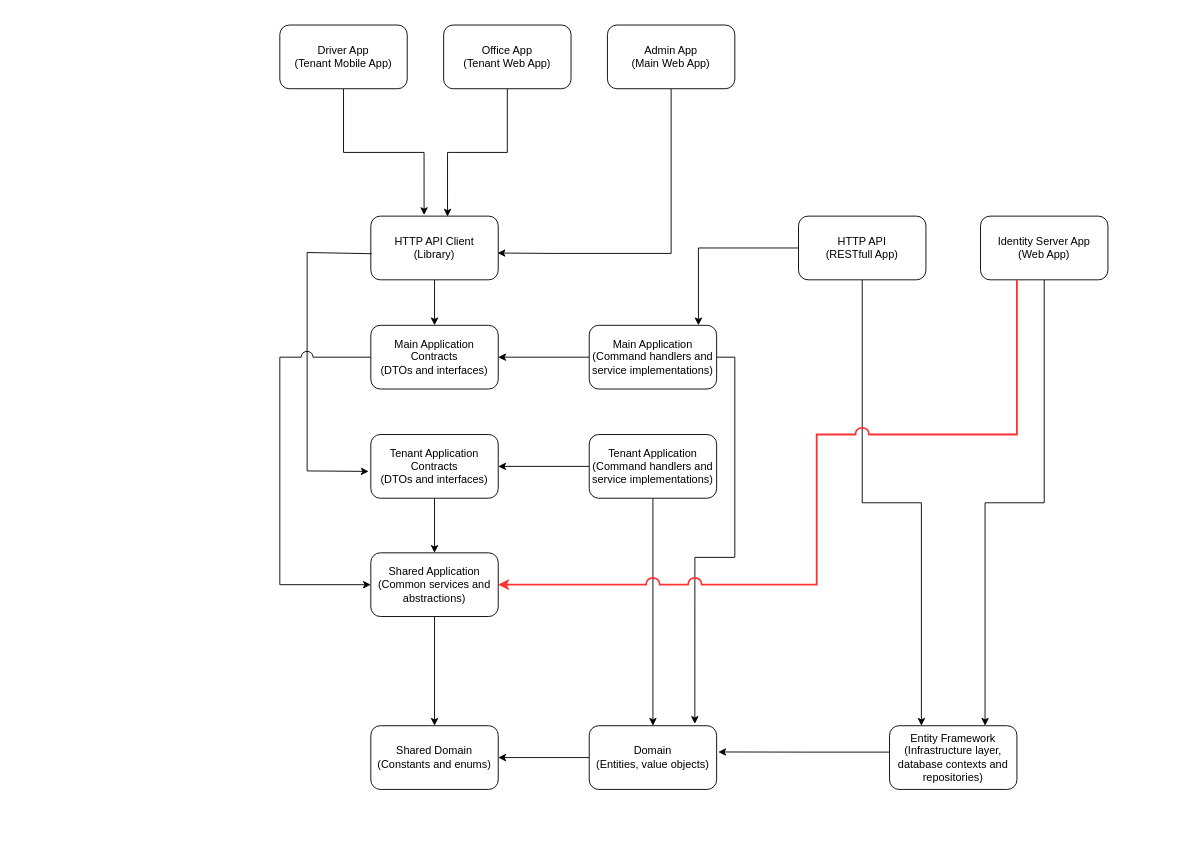
This is docs/project_architecture.drawio from suxrobGM/logistics-app, a draw.io file, before an edit. Source tidied: cells renumbered, new cells numbered last; positions are measured from the earlier drawing's top-left corner, leaving out a move shared by most shapes. Both pictures are drawn from the tidied source at 91%, with x=0, y=0 at pixel (279, 25).
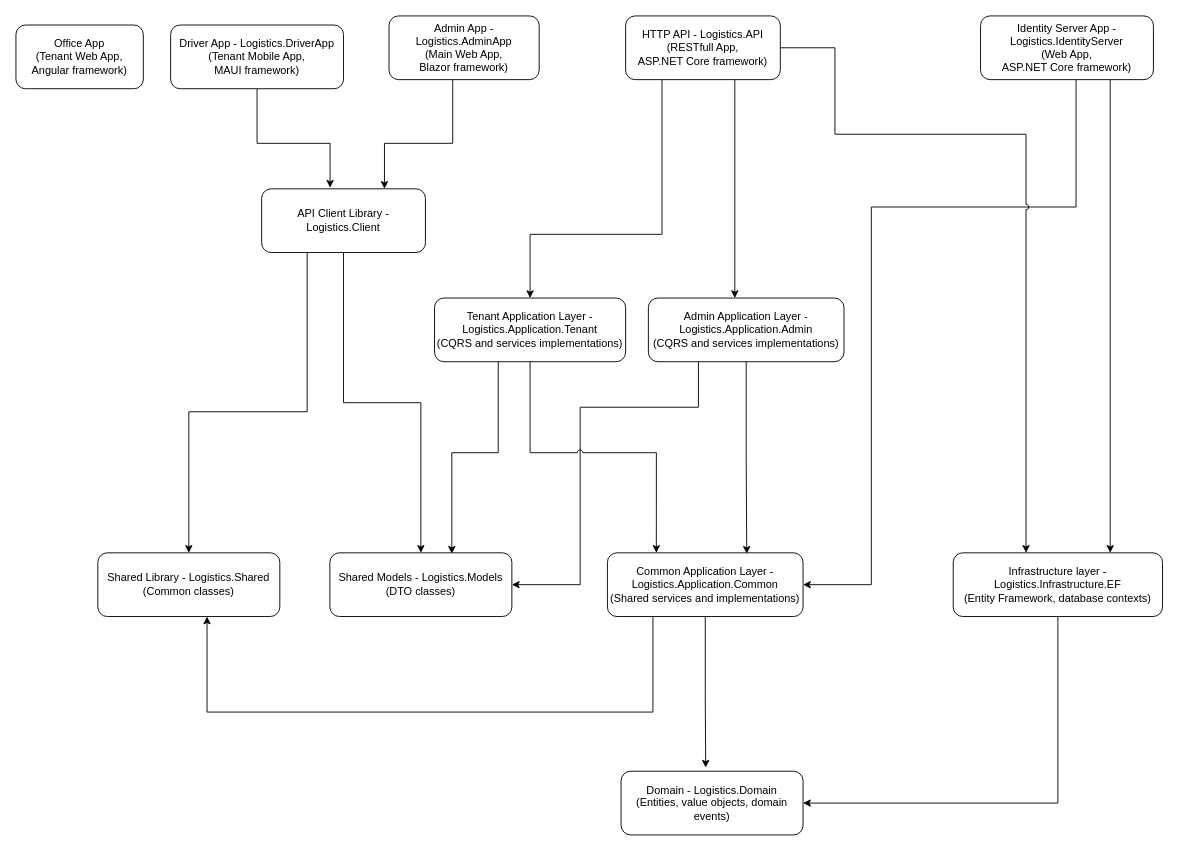
After the change.

Commit message (it also covers changes not shown here):
updated project architecture diagram

Change to the diagram source:
```diff
@@
     <mxCell id="2" style="edgeStyle=orthogonalEdgeStyle;rounded=0;jettySize=auto;html=1;entryX=0.418;entryY=-0.017;entryDx=0;entryDy=0;entryPerimeter=0;" parent="1" edge="1" source="3" target="11">
-      <mxGeometry relative="1" as="geometry" />
+      <mxGeometry relative="1" as="geometry">
+        <Array as="points">
+          <mxPoint x="-25" y="130" />
+          <mxPoint x="55" y="130" />
+        </Array>
+      </mxGeometry>
     </mxCell>
-    <mxCell id="3" value="Driver App&lt;br&gt;(Tenant Mobile App)" style="rounded=1;whiteSpace=wrap;html=1;" parent="1" vertex="1">
-      <mxGeometry width="140" height="70" as="geometry" />
+    <mxCell id="3" value="Driver App - Logistics.DriverApp&lt;br&gt;(Tenant Mobile App,&lt;br&gt;MAUI framework)" style="rounded=1;whiteSpace=wrap;html=1;" parent="1" vertex="1">
+      <mxGeometry x="-120" width="190" height="70" as="geometry" />
     </mxCell>
-    <mxCell id="4" style="edgeStyle=orthogonalEdgeStyle;rounded=0;jettySize=auto;html=1;entryX=0.602;entryY=0.007;entryDx=0;entryDy=0;entryPerimeter=0;" parent="1" edge="1" source="5" target="11">
-      <mxGeometry relative="1" as="geometry" />
-    </mxCell>
-    <mxCell id="5" value="Office App&lt;br&gt;(Tenant Web App)" style="rounded=1;whiteSpace=wrap;html=1;" parent="1" vertex="1">
-      <mxGeometry x="180" width="140" height="70" as="geometry" />
+    <mxCell id="5" value="Office App&lt;br&gt;(Tenant Web App,&lt;br&gt;Angular framework)" style="rounded=1;whiteSpace=wrap;html=1;" parent="1" vertex="1">
+      <mxGeometry x="-290" width="140" height="70" as="geometry" />
     </mxCell>
-    <mxCell id="6" style="edgeStyle=orthogonalEdgeStyle;rounded=0;jettySize=auto;html=1;entryX=0.995;entryY=0.579;entryDx=0;entryDy=0;entryPerimeter=0;" parent="1" edge="1" source="7" target="11">
+    <mxCell id="6" style="edgeStyle=orthogonalEdgeStyle;rounded=0;jettySize=auto;html=1;entryX=0.75;entryY=0;entryDx=0;entryDy=0;" parent="1" edge="1" source="7" target="11">
       <mxGeometry relative="1" as="geometry">
         <Array as="points">
-          <mxPoint x="430" y="251" />
-          <mxPoint x="300" y="251" />
+          <mxPoint x="190" y="130" />
+          <mxPoint x="115" y="130" />
         </Array>
       </mxGeometry>
     </mxCell>
-    <mxCell id="7" value="Admin App&lt;br&gt;(Main Web App)" style="rounded=1;whiteSpace=wrap;html=1;" parent="1" vertex="1">
-      <mxGeometry x="360" width="140" height="70" as="geometry" />
+    <mxCell id="7" value="Admin App - Logistics.AdminApp&lt;br&gt;(Main Web App,&lt;br&gt;Blazor framework)" style="rounded=1;whiteSpace=wrap;html=1;" parent="1" vertex="1">
+      <mxGeometry x="120" y="-10" width="165" height="70" as="geometry" />
     </mxCell>
+    <mxCell id="36" style="edgeStyle=orthogonalEdgeStyle;rounded=0;jettySize=auto;html=1;entryX=1;entryY=0.5;entryDx=0;entryDy=0;" parent="1" edge="1" source="9" target="47">
+      <mxGeometry relative="1" as="geometry">
+        <Array as="points">
+          <mxPoint x="875" y="200" />
+          <mxPoint x="650" y="200" />
+          <mxPoint x="650" y="615" />
+        </Array>
+      </mxGeometry>
+    </mxCell>
     <mxCell id="8" style="edgeStyle=orthogonalEdgeStyle;rounded=0;jettySize=auto;html=1;entryX=0.75;entryY=0;entryDx=0;entryDy=0;" parent="1" edge="1" source="9" target="30">
-      <mxGeometry relative="1" as="geometry" />
+      <mxGeometry relative="1" as="geometry">
+        <Array as="points">
+          <mxPoint x="913" y="305" />
+        </Array>
+      </mxGeometry>
     </mxCell>
-    <mxCell id="9" value="Identity Server App &lt;br&gt;(Web App)" style="rounded=1;whiteSpace=wrap;html=1;" parent="1" vertex="1">
-      <mxGeometry x="770" y="210" width="140" height="70" as="geometry" />
+    <mxCell id="9" value="Identity Server App - Logistics.IdentityServer&lt;br&gt;(Web App,&lt;br&gt;ASP.NET Core framework)" style="rounded=1;whiteSpace=wrap;html=1;" parent="1" vertex="1">
+      <mxGeometry x="770" y="-10" width="190" height="70" as="geometry" />
     </mxCell>
-    <mxCell id="10" style="edgeStyle=orthogonalEdgeStyle;rounded=0;jettySize=auto;html=1;entryX=0.5;entryY=0;entryDx=0;entryDy=0;" parent="1" edge="1" source="11" target="15">
-      <mxGeometry relative="1" as="geometry" />
-    </mxCell>
+    <mxCell id="37" style="edgeStyle=orthogonalEdgeStyle;rounded=0;jettySize=auto;html=1;entryX=0.5;entryY=0;entryDx=0;entryDy=0;" parent="1" edge="1" source="11" target="25">
+      <mxGeometry relative="1" as="geometry">
+        <Array as="points">
+          <mxPoint x="30" y="425" />
+          <mxPoint x="-100" y="425" />
+        </Array>
+      </mxGeometry>
+    </mxCell>
+    <mxCell id="38" style="edgeStyle=orthogonalEdgeStyle;rounded=0;jettySize=auto;html=1;" parent="1" edge="1" source="11" target="44">
+      <mxGeometry relative="1" as="geometry" />
+    </mxCell>
-    <mxCell id="11" value="HTTP API Client&lt;br&gt;(Library)" style="rounded=1;whiteSpace=wrap;html=1;" parent="1" vertex="1">
-      <mxGeometry x="100" y="210" width="140" height="70" as="geometry" />
+    <mxCell id="11" value="API Client Library - Logistics.Client" style="rounded=1;whiteSpace=wrap;html=1;" parent="1" vertex="1">
+      <mxGeometry x="-20" y="180" width="180" height="70" as="geometry" />
     </mxCell>
     <mxCell id="12" style="edgeStyle=orthogonalEdgeStyle;rounded=0;jettySize=auto;html=1;" parent="1" edge="1" source="14" target="18">
       <mxGeometry relative="1" as="geometry">
         <Array as="points">
-          <mxPoint x="460" y="245" />
+          <mxPoint x="500" y="230" />
+          <mxPoint x="500" y="230" />
         </Array>
       </mxGeometry>
     </mxCell>
+    <mxCell id="39" style="edgeStyle=orthogonalEdgeStyle;rounded=0;jettySize=auto;html=1;" parent="1" edge="1" source="14" target="23">
+      <mxGeometry relative="1" as="geometry">
+        <Array as="points">
+          <mxPoint x="420" y="230" />
+          <mxPoint x="275" y="230" />
+        </Array>
+      </mxGeometry>
+    </mxCell>
-    <mxCell id="13" style="edgeStyle=orthogonalEdgeStyle;rounded=0;jettySize=auto;html=1;entryX=0.25;entryY=0;entryDx=0;entryDy=0;" parent="1" edge="1" source="14" target="30">
-      <mxGeometry relative="1" as="geometry" />
+    <mxCell id="13" style="edgeStyle=orthogonalEdgeStyle;rounded=0;jettySize=auto;html=1;jumpStyle=arc;" parent="1" edge="1" source="14" target="30">
+      <mxGeometry relative="1" as="geometry">
+        <Array as="points">
+          <mxPoint x="610" y="25" />
+          <mxPoint x="610" y="120" />
+          <mxPoint x="820" y="120" />
+        </Array>
+      </mxGeometry>
     </mxCell>
-    <mxCell id="14" value="HTTP API&lt;br&gt;(RESTfull App)" style="rounded=1;whiteSpace=wrap;html=1;" parent="1" vertex="1">
-      <mxGeometry x="570" y="210" width="140" height="70" as="geometry" />
+    <mxCell id="14" value="HTTP API - Logistics.API&lt;br&gt;(RESTfull App,&lt;br&gt;ASP.NET Core framework)" style="rounded=1;whiteSpace=wrap;html=1;" parent="1" vertex="1">
+      <mxGeometry x="380" y="-10" width="170" height="70" as="geometry" />
     </mxCell>
-    <mxCell id="15" value="Main Application Contracts&lt;br&gt;(DTOs and interfaces)" style="rounded=1;whiteSpace=wrap;html=1;" parent="1" vertex="1">
-      <mxGeometry x="100" y="330" width="140" height="70" as="geometry" />
-    </mxCell>
-    <mxCell id="16" style="edgeStyle=orthogonalEdgeStyle;rounded=0;jettySize=auto;html=1;entryX=1;entryY=0.5;entryDx=0;entryDy=0;" parent="1" edge="1" source="18" target="15">
-      <mxGeometry relative="1" as="geometry" />
-    </mxCell>
-    <mxCell id="17" style="edgeStyle=orthogonalEdgeStyle;rounded=0;sketch=0;jumpStyle=arc;jumpSize=13;jettySize=auto;html=1;entryX=0.829;entryY=-0.029;entryDx=0;entryDy=0;entryPerimeter=0;shadow=0;strokeColor=#000000;strokeWidth=1;" parent="1" edge="1" source="18" target="28">
-      <mxGeometry relative="1" as="geometry">
-        <Array as="points">
-          <mxPoint x="500" y="365" />
-          <mxPoint x="500" y="585" />
-          <mxPoint x="456" y="585" />
-        </Array>
-      </mxGeometry>
-    </mxCell>
+    <mxCell id="40" style="edgeStyle=orthogonalEdgeStyle;rounded=0;jettySize=auto;html=1;entryX=0.712;entryY=0.014;entryDx=0;entryDy=0;entryPerimeter=0;" parent="1" edge="1" source="18" target="47">
+      <mxGeometry relative="1" as="geometry" />
+    </mxCell>
+    <mxCell id="41" style="edgeStyle=orthogonalEdgeStyle;rounded=0;jettySize=auto;html=1;entryX=1;entryY=0.5;entryDx=0;entryDy=0;" parent="1" edge="1" source="18" target="44">
+      <mxGeometry relative="1" as="geometry">
+        <Array as="points">
+          <mxPoint x="460" y="420" />
+          <mxPoint x="330" y="420" />
+          <mxPoint x="330" y="615" />
+        </Array>
+      </mxGeometry>
+    </mxCell>
-    <mxCell id="18" value="Main Application&lt;br&gt;(Command handlers and service implementations)" style="rounded=1;whiteSpace=wrap;html=1;" parent="1" vertex="1">
-      <mxGeometry x="340" y="330" width="140" height="70" as="geometry" />
+    <mxCell id="18" value="Admin Application Layer - Logistics.Application.Admin&lt;br&gt;(CQRS and services implementations)" style="rounded=1;whiteSpace=wrap;html=1;" parent="1" vertex="1">
+      <mxGeometry x="405" y="300" width="215" height="70" as="geometry" />
     </mxCell>
-    <mxCell id="19" style="edgeStyle=orthogonalEdgeStyle;rounded=0;jettySize=auto;html=1;entryX=0.5;entryY=0;entryDx=0;entryDy=0;" parent="1" edge="1" source="20" target="25">
-      <mxGeometry relative="1" as="geometry" />
-    </mxCell>
-    <mxCell id="20" value="Tenant Application Contracts&lt;br&gt;(DTOs and interfaces)" style="rounded=1;whiteSpace=wrap;html=1;" parent="1" vertex="1">
-      <mxGeometry x="100" y="450" width="140" height="70" as="geometry" />
-    </mxCell>
-    <mxCell id="21" style="edgeStyle=orthogonalEdgeStyle;rounded=0;jettySize=auto;html=1;entryX=1;entryY=0.5;entryDx=0;entryDy=0;" parent="1" edge="1" source="23" target="20">
-      <mxGeometry relative="1" as="geometry" />
-    </mxCell>
-    <mxCell id="22" style="edgeStyle=orthogonalEdgeStyle;rounded=0;sketch=0;jumpStyle=arc;jumpSize=13;jettySize=auto;html=1;entryX=0.5;entryY=0;entryDx=0;entryDy=0;shadow=0;strokeColor=#000000;strokeWidth=1;" parent="1" edge="1" source="23" target="28">
-      <mxGeometry relative="1" as="geometry" />
-    </mxCell>
+    <mxCell id="42" style="edgeStyle=orthogonalEdgeStyle;rounded=0;jettySize=auto;html=1;entryX=0.67;entryY=0.014;entryDx=0;entryDy=0;entryPerimeter=0;" parent="1" edge="1" source="23" target="44">
+      <mxGeometry relative="1" as="geometry">
+        <Array as="points">
+          <mxPoint x="240" y="470" />
+          <mxPoint x="189" y="470" />
+        </Array>
+      </mxGeometry>
+    </mxCell>
+    <mxCell id="43" style="edgeStyle=orthogonalEdgeStyle;rounded=0;jettySize=auto;html=1;entryX=0.25;entryY=0;entryDx=0;entryDy=0;jumpStyle=arc;" parent="1" edge="1" source="23" target="47">
+      <mxGeometry relative="1" as="geometry">
+        <Array as="points">
+          <mxPoint x="275" y="470" />
+          <mxPoint x="414" y="470" />
+        </Array>
+      </mxGeometry>
+    </mxCell>
-    <mxCell id="23" value="Tenant Application&lt;br&gt;(Command handlers and service implementations)" style="rounded=1;whiteSpace=wrap;html=1;" parent="1" vertex="1">
-      <mxGeometry x="340" y="450" width="140" height="70" as="geometry" />
+    <mxCell id="23" value="Tenant Application Layer - Logistics.Application.Tenant&lt;br&gt;(CQRS and services implementations)" style="rounded=1;whiteSpace=wrap;html=1;" parent="1" vertex="1">
+      <mxGeometry x="170" y="300" width="210" height="70" as="geometry" />
     </mxCell>
-    <mxCell id="24" style="edgeStyle=orthogonalEdgeStyle;rounded=0;jettySize=auto;html=1;entryX=0.5;entryY=0;entryDx=0;entryDy=0;" parent="1" edge="1" source="25" target="26">
-      <mxGeometry relative="1" as="geometry" />
-    </mxCell>
-    <mxCell id="25" value="Shared Application (Common services and abstractions)" style="rounded=1;whiteSpace=wrap;html=1;" parent="1" vertex="1">
-      <mxGeometry x="100" y="580" width="140" height="70" as="geometry" />
+    <mxCell id="25" value="Shared Library - Logistics.Shared (Common classes)" style="rounded=1;whiteSpace=wrap;html=1;" parent="1" vertex="1">
+      <mxGeometry x="-200" y="580" width="200" height="70" as="geometry" />
     </mxCell>
-    <mxCell id="26" value="Shared Domain&lt;br&gt;(Constants and enums)" style="rounded=1;whiteSpace=wrap;html=1;" parent="1" vertex="1">
-      <mxGeometry x="100" y="770" width="140" height="70" as="geometry" />
-    </mxCell>
-    <mxCell id="27" style="edgeStyle=orthogonalEdgeStyle;rounded=0;jettySize=auto;html=1;entryX=1;entryY=0.5;entryDx=0;entryDy=0;" parent="1" edge="1" source="28" target="26">
-      <mxGeometry relative="1" as="geometry" />
-    </mxCell>
-    <mxCell id="28" value="Domain&lt;br&gt;(Entities, value objects)" style="rounded=1;whiteSpace=wrap;html=1;" parent="1" vertex="1">
-      <mxGeometry x="340" y="770" width="140" height="70" as="geometry" />
+    <mxCell id="28" value="Domain - Logistics.Domain&lt;br&gt;(Entities, value objects, domain events)" style="rounded=1;whiteSpace=wrap;html=1;" parent="1" vertex="1">
+      <mxGeometry x="375" y="820" width="200" height="70" as="geometry" />
     </mxCell>
-    <mxCell id="29" style="edgeStyle=orthogonalEdgeStyle;rounded=0;jettySize=auto;html=1;entryX=1.013;entryY=0.412;entryDx=0;entryDy=0;entryPerimeter=0;" parent="1" edge="1" source="30" target="28">
+    <mxCell id="29" style="edgeStyle=orthogonalEdgeStyle;rounded=0;jettySize=auto;html=1;entryX=1;entryY=0.5;entryDx=0;entryDy=0;" parent="1" edge="1" source="30" target="28">
       <mxGeometry relative="1" as="geometry">
         <Array as="points">
-          <mxPoint x="580" y="799" />
-          <mxPoint x="580" y="799" />
+          <mxPoint x="855" y="855" />
         </Array>
       </mxGeometry>
     </mxCell>
-    <mxCell id="30" value="Entity Framework&lt;br&gt;(Infrastructure layer, database contexts and repositories)" style="rounded=1;whiteSpace=wrap;html=1;" parent="1" vertex="1">
-      <mxGeometry x="670" y="770" width="140" height="70" as="geometry" />
+    <mxCell id="30" value="Infrastructure layer - Logistics.Infrastructure.EF&lt;br&gt;(Entity Framework, database contexts)" style="rounded=1;whiteSpace=wrap;html=1;" parent="1" vertex="1">
+      <mxGeometry x="740" y="580" width="230" height="70" as="geometry" />
     </mxCell>
-    <mxCell id="31" style="endArrow=none;html=1;rounded=0;entryX=0.007;entryY=0.59;entryDx=0;entryDy=0;entryPerimeter=0;" parent="1" edge="1" target="11">
-      <mxGeometry relative="1" as="geometry">
-        <mxPoint x="30" y="250" as="sourcePoint" />
-      </mxGeometry>
-    </mxCell>
-    <mxCell id="32" style="endArrow=none;html=1;rounded=0;" parent="1" edge="1">
-      <mxGeometry relative="1" as="geometry">
-        <mxPoint x="30" y="490" as="sourcePoint" />
-        <mxPoint x="30" y="250" as="targetPoint" />
-      </mxGeometry>
-    </mxCell>
-    <mxCell id="33" style="endArrow=classic;html=1;rounded=0;entryX=-0.017;entryY=0.579;entryDx=0;entryDy=0;entryPerimeter=0;" parent="1" edge="1" target="20">
-      <mxGeometry relative="1" as="geometry">
-        <mxPoint x="30" y="490" as="sourcePoint" />
-      </mxGeometry>
-    </mxCell>
-    <mxCell id="34" style="edgeStyle=orthogonalEdgeStyle;jettySize=auto;html=1;entryX=0;entryY=0.5;entryDx=0;entryDy=0;shadow=0;sketch=0;jumpStyle=arc;jumpSize=13;rounded=0;" parent="1" edge="1" source="15" target="25">
-      <mxGeometry relative="1" as="geometry">
-        <Array as="points">
-          <mxPoint y="365" />
-          <mxPoint y="615" />
-        </Array>
-      </mxGeometry>
-    </mxCell>
-    <mxCell id="35" style="edgeStyle=orthogonalEdgeStyle;sketch=0;jumpStyle=arc;jumpSize=13;jettySize=auto;html=1;entryX=1;entryY=0.5;entryDx=0;entryDy=0;shadow=0;rounded=0;strokeWidth=2;strokeColor=#FF3333;" parent="1" edge="1" source="9" target="25">
-      <mxGeometry relative="1" as="geometry">
-        <Array as="points">
-          <mxPoint x="810" y="450" />
-          <mxPoint x="590" y="450" />
-          <mxPoint x="590" y="615" />
-        </Array>
-      </mxGeometry>
-    </mxCell>
+    <mxCell id="44" value="Shared Models - Logistics.Models (DTO classes)" style="rounded=1;whiteSpace=wrap;html=1;" parent="1" vertex="1">
+      <mxGeometry x="55" y="580" width="200" height="70" as="geometry" />
+    </mxCell>
+    <mxCell id="45" style="edgeStyle=orthogonalEdgeStyle;rounded=0;jettySize=auto;html=1;entryX=0.465;entryY=-0.057;entryDx=0;entryDy=0;entryPerimeter=0;" parent="1" edge="1" source="47" target="28">
+      <mxGeometry relative="1" as="geometry" />
+    </mxCell>
+    <mxCell id="46" style="edgeStyle=orthogonalEdgeStyle;rounded=0;jettySize=auto;html=1;entryX=0.6;entryY=1;entryDx=0;entryDy=0;entryPerimeter=0;" parent="1" edge="1" source="47" target="25">
+      <mxGeometry relative="1" as="geometry">
+        <Array as="points">
+          <mxPoint x="410" y="755" />
+          <mxPoint x="-80" y="755" />
+        </Array>
+      </mxGeometry>
+    </mxCell>
+    <mxCell id="47" value="Common Application Layer - Logistics.Application.Common&lt;br&gt;(Shared services and implementations)" style="rounded=1;whiteSpace=wrap;html=1;" parent="1" vertex="1">
+      <mxGeometry x="360" y="580" width="215" height="70" as="geometry" />
+    </mxCell>
```
